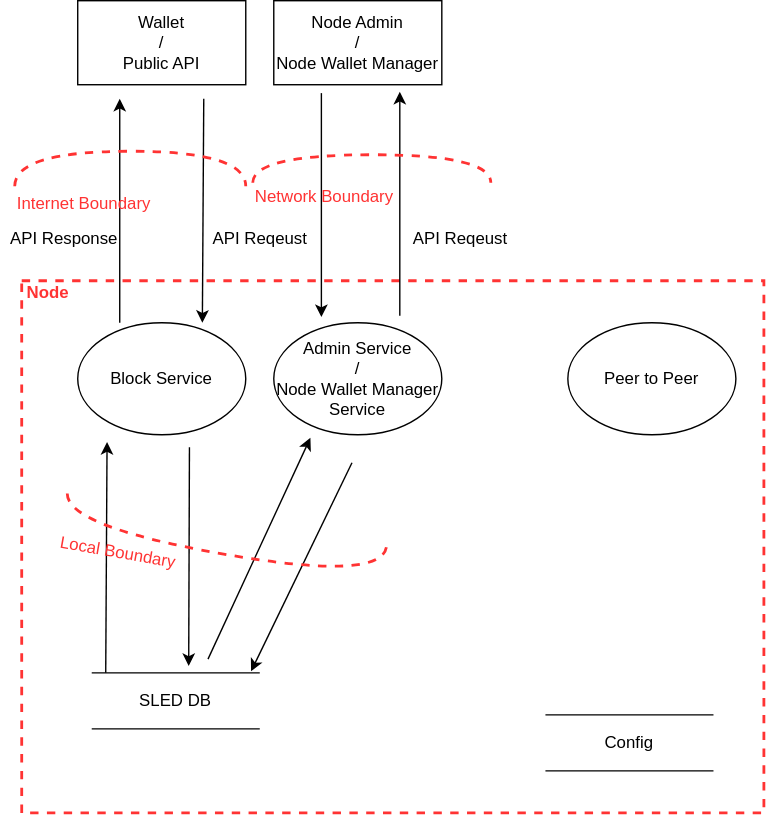
Above: docs/threat.drawio.svg in pognetwork/champ (draw.io), before the change. Source tidied: cells renumbered, new cells last; positions are measured from the earlier drawing's top-left corner, leaving out a move shared by most shapes.
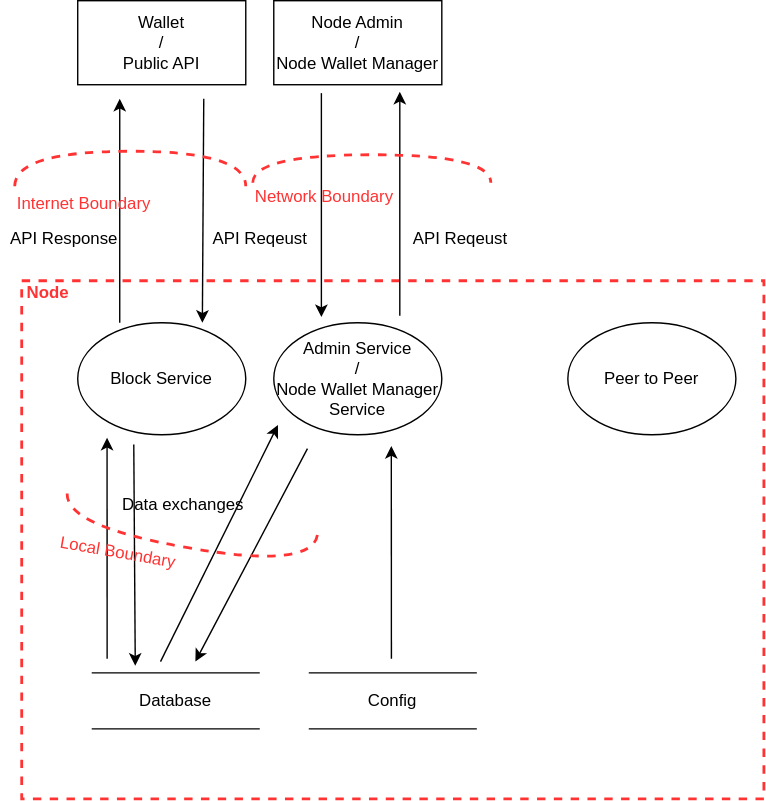
After the commit.

Commit message:
about to do smth stupid

Change to the diagram source:
```diff
@@ -3,7 +3,7 @@
     <mxCell id="0" />
     <mxCell id="1" parent="0" />
     <mxCell id="2" value="Node" style="html=1;fontColor=#FF3333;fontStyle=1;align=left;verticalAlign=top;spacing=0;labelBorderColor=none;fillColor=none;dashed=1;strokeWidth=2;strokeColor=#FF3333;spacingLeft=4;spacingTop=-3;" parent="1" vertex="1">
-      <mxGeometry x="15" y="200" width="530" height="380" as="geometry" />
+      <mxGeometry x="15" y="200" width="530" height="370" as="geometry" />
     </mxCell>
     <mxCell id="3" value="Wallet&amp;nbsp;&lt;br&gt;/&lt;br&gt;Public API" style="rounded=0;whiteSpace=wrap;html=1;" parent="1" vertex="1">
       <mxGeometry x="55" width="120" height="60" as="geometry" />
@@ -58,29 +58,37 @@
     </mxCell>
     <mxCell id="16" style="endArrow=classic;html=1;fontColor=#FF3333;entryX=0.115;entryY=0.303;entryDx=0;entryDy=0;entryPerimeter=0;" parent="1" edge="1" target="2">
       <mxGeometry relative="1" as="geometry">
-        <mxPoint x="75" y="480" as="sourcePoint" />
+        <mxPoint x="76" y="470" as="sourcePoint" />
       </mxGeometry>
     </mxCell>
     <mxCell id="17" value="Peer to Peer" style="ellipse;whiteSpace=wrap;html=1;" parent="1" vertex="1">
       <mxGeometry x="405" y="230" width="120" height="80" as="geometry" />
     </mxCell>
-    <mxCell id="18" style="endArrow=classic;html=1;fontColor=#FF3333;entryX=0.389;entryY=0.295;entryDx=0;entryDy=0;entryPerimeter=0;exitX=0.251;exitY=0.711;exitDx=0;exitDy=0;exitPerimeter=0;" parent="1" edge="1" source="2" target="2">
+    <mxCell id="18" style="endArrow=classic;html=1;fontColor=#FF3333;entryX=0.025;entryY=0.912;entryDx=0;entryDy=0;entryPerimeter=0;exitX=0.187;exitY=0.735;exitDx=0;exitDy=0;exitPerimeter=0;" parent="1" edge="1" source="2" target="5">
       <mxGeometry relative="1" as="geometry" />
     </mxCell>
-    <mxCell id="19" style="endArrow=classic;html=1;fontColor=#FF3333;entryX=0.225;entryY=0.724;entryDx=0;entryDy=0;entryPerimeter=0;exitX=0.226;exitY=0.313;exitDx=0;exitDy=0;exitPerimeter=0;" parent="1" edge="1" source="2" target="2">
+    <mxCell id="19" style="endArrow=classic;html=1;fontColor=#FF3333;entryX=0.153;entryY=0.743;entryDx=0;entryDy=0;entryPerimeter=0;exitX=0.151;exitY=0.316;exitDx=0;exitDy=0;exitPerimeter=0;" parent="1" edge="1" source="2" target="2">
       <mxGeometry relative="1" as="geometry" />
     </mxCell>
-    <mxCell id="20" style="endArrow=classic;html=1;fontColor=#FF3333;entryX=0.309;entryY=0.734;entryDx=0;entryDy=0;entryPerimeter=0;exitX=0.445;exitY=0.342;exitDx=0;exitDy=0;exitPerimeter=0;" parent="1" edge="1" source="2" target="2">
+    <mxCell id="20" style="endArrow=classic;html=1;fontColor=#FF3333;entryX=0.234;entryY=0.735;entryDx=0;entryDy=0;entryPerimeter=0;exitX=0.385;exitY=0.324;exitDx=0;exitDy=0;exitPerimeter=0;" parent="1" edge="1" source="2" target="2">
       <mxGeometry relative="1" as="geometry" />
     </mxCell>
-    <mxCell id="21" value="SLED DB" style="shape=partialRectangle;whiteSpace=wrap;html=1;left=0;right=0;fillColor=none;" parent="1" vertex="1">
+    <mxCell id="21" value="Database" style="shape=partialRectangle;whiteSpace=wrap;html=1;left=0;right=0;fillColor=none;" parent="1" vertex="1">
       <mxGeometry x="65" y="480" width="120" height="40" as="geometry" />
     </mxCell>
     <mxCell id="22" value="Local Boundary" style="shape=requiredInterface;html=1;verticalLabelPosition=bottom;dashed=1;strokeColor=#FF3333;strokeWidth=2;fillColor=none;fontColor=#FF3333;align=left;direction=south;rotation=10;" parent="1" vertex="1">
-      <mxGeometry x="43.8" y="370" width="231.2" height="25" as="geometry" />
+      <mxGeometry x="44.1" y="365.7" width="181.2" height="25" as="geometry" />
     </mxCell>
     <mxCell id="23" value="Config" style="shape=partialRectangle;whiteSpace=wrap;html=1;left=0;right=0;fillColor=none;" parent="1" vertex="1">
-      <mxGeometry x="389" y="510" width="120" height="40" as="geometry" />
+      <mxGeometry x="220" y="480" width="120" height="40" as="geometry" />
     </mxCell>
+    <mxCell id="24" style="endArrow=classic;html=1;fontColor=#FF3333;entryX=0.498;entryY=0.319;entryDx=0;entryDy=0;entryPerimeter=0;" parent="1" edge="1" target="2">
+      <mxGeometry relative="1" as="geometry">
+        <mxPoint x="279" y="470" as="sourcePoint" />
+      </mxGeometry>
+    </mxCell>
+    <mxCell id="25" value="Data exchanges" style="text;html=1;align=center;verticalAlign=middle;strokeColor=none;" parent="1" vertex="1">
+      <mxGeometry x="80" y="350" width="100" height="20" as="geometry" />
+    </mxCell>
   </root>
 </mxGraphModel>
```
